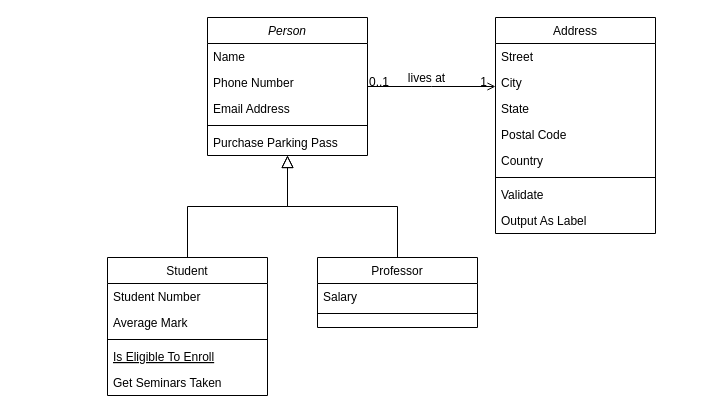
The draw.io diagram Untitled Diagram.drawio in ragarsa/Data_Base, before the edit. Source tidied: cells renumbered, new cells numbered last; positions are measured from the earlier drawing's top-left corner, leaving out a move shared by most shapes. Both pictures are drawn from the tidied source at 100%, with x=0, y=0 at pixel (107, 17).
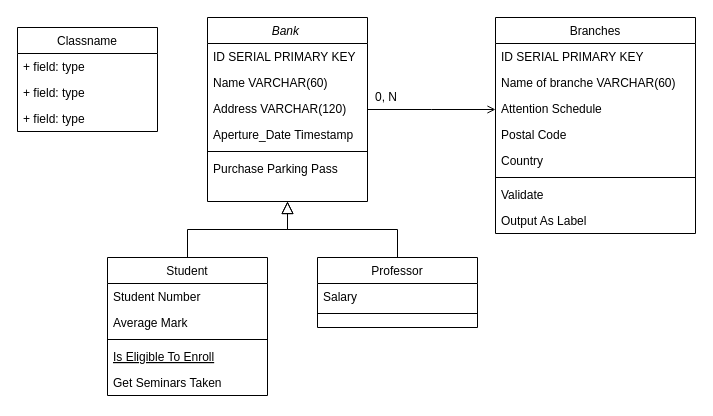
The same page after the edit.

The change refers to these unchanged cells:
```xml
<mxCell id="28" style="endArrow=open;shadow=0;strokeWidth=1;rounded=0;endFill=1;edgeStyle=elbowEdgeStyle;elbow=vertical;" parent="1" edge="1" source="2" target="19">
  <mxGeometry x="0.5" y="41" relative="1" as="geometry">
    <mxPoint x="-40" y="32" as="offset" />
  </mxGeometry>
</mxCell>
```

What changed in the source:
```diff
@@
-    <mxCell id="2" value="Person" style="swimlane;fontStyle=2;align=center;verticalAlign=top;horizontal=1;startSize=26;rounded=0;shadow=0;strokeWidth=1;" parent="1" vertex="1">
-      <mxGeometry x="100" width="160" height="138" as="geometry" />
+    <mxCell id="2" value="Bank " style="swimlane;fontStyle=2;align=center;verticalAlign=top;horizontal=1;startSize=26;rounded=0;shadow=0;strokeWidth=1;" parent="1" vertex="1">
+      <mxGeometry x="100" width="160" height="184" as="geometry" />
     </mxCell>
+    <mxCell id="32" value="ID SERIAL PRIMARY KEY" style="text;align=left;verticalAlign=top;spacingLeft=4;spacingRight=4;overflow=hidden;" parent="2" vertex="1">
+      <mxGeometry y="26" width="160" height="26" as="geometry" />
+    </mxCell>
+    <mxCell id="4" value="Name VARCHAR(60) " style="text;align=left;verticalAlign=top;spacingLeft=4;spacingRight=4;overflow=hidden;rounded=0;shadow=0;html=0;" parent="2" vertex="1">
+      <mxGeometry y="52" width="160" height="26" as="geometry" />
+    </mxCell>
-    <mxCell id="3" value="Name" style="text;align=left;verticalAlign=top;spacingLeft=4;spacingRight=4;overflow=hidden;" parent="2" vertex="1">
-      <mxGeometry y="26" width="160" height="26" as="geometry" />
+    <mxCell id="3" value="Address VARCHAR(120)" style="text;align=left;verticalAlign=top;spacingLeft=4;spacingRight=4;overflow=hidden;" parent="2" vertex="1">
+      <mxGeometry y="78" width="160" height="26" as="geometry" />
     </mxCell>
-    <mxCell id="4" value="Phone Number" style="text;align=left;verticalAlign=top;spacingLeft=4;spacingRight=4;overflow=hidden;rounded=0;shadow=0;html=0;" parent="2" vertex="1">
-      <mxGeometry y="52" width="160" height="26" as="geometry" />
-    </mxCell>
-    <mxCell id="5" value="Email Address" style="text;align=left;verticalAlign=top;spacingLeft=4;spacingRight=4;overflow=hidden;rounded=0;shadow=0;html=0;" parent="2" vertex="1">
-      <mxGeometry y="78" width="160" height="26" as="geometry" />
+    <mxCell id="5" value="Aperture_Date Timestamp" style="text;align=left;verticalAlign=top;spacingLeft=4;spacingRight=4;overflow=hidden;rounded=0;shadow=0;html=0;" parent="2" vertex="1">
+      <mxGeometry y="104" width="160" height="26" as="geometry" />
     </mxCell>
     <mxCell id="6" style="line;html=1;strokeWidth=1;align=left;verticalAlign=middle;spacingTop=-1;spacingLeft=3;spacingRight=3;labelPosition=right;" parent="2" vertex="1">
-      <mxGeometry y="104" width="160" height="8" as="geometry" />
+      <mxGeometry y="130" width="160" height="8" as="geometry" />
     </mxCell>
     <mxCell id="7" value="Purchase Parking Pass" style="text;align=left;verticalAlign=top;spacingLeft=4;spacingRight=4;overflow=hidden;" parent="2" vertex="1">
-      <mxGeometry y="112" width="160" height="26" as="geometry" />
+      <mxGeometry y="138" width="160" height="26" as="geometry" />
     </mxCell>
@@
-    <mxCell id="19" value="Address" style="swimlane;fontStyle=0;align=center;verticalAlign=top;horizontal=1;startSize=26;rounded=0;shadow=0;strokeWidth=1;" parent="1" vertex="1">
-      <mxGeometry x="388" width="160" height="216" as="geometry" />
+    <mxCell id="19" value="Branches" style="swimlane;fontStyle=0;align=center;verticalAlign=top;horizontal=1;startSize=26;rounded=0;shadow=0;strokeWidth=1;" parent="1" vertex="1">
+      <mxGeometry x="388" width="200" height="216" as="geometry" />
     </mxCell>
-    <mxCell id="20" value="Street" style="text;align=left;verticalAlign=top;spacingLeft=4;spacingRight=4;overflow=hidden;" parent="19" vertex="1">
-      <mxGeometry y="26" width="160" height="26" as="geometry" />
+    <mxCell id="20" value="ID SERIAL PRIMARY KEY" style="text;align=left;verticalAlign=top;spacingLeft=4;spacingRight=4;overflow=hidden;" parent="19" vertex="1">
+      <mxGeometry y="26" width="200" height="26" as="geometry" />
     </mxCell>
-    <mxCell id="21" value="City" style="text;align=left;verticalAlign=top;spacingLeft=4;spacingRight=4;overflow=hidden;rounded=0;shadow=0;html=0;" parent="19" vertex="1">
-      <mxGeometry y="52" width="160" height="26" as="geometry" />
+    <mxCell id="21" value="Name of branche VARCHAR(60)" style="text;align=left;verticalAlign=top;spacingLeft=4;spacingRight=4;overflow=hidden;rounded=0;shadow=0;html=0;" parent="19" vertex="1">
+      <mxGeometry y="52" width="200" height="26" as="geometry" />
     </mxCell>
-    <mxCell id="22" value="State" style="text;align=left;verticalAlign=top;spacingLeft=4;spacingRight=4;overflow=hidden;rounded=0;shadow=0;html=0;" parent="19" vertex="1">
-      <mxGeometry y="78" width="160" height="26" as="geometry" />
+    <mxCell id="22" value="Attention Schedule " style="text;align=left;verticalAlign=top;spacingLeft=4;spacingRight=4;overflow=hidden;rounded=0;shadow=0;html=0;" parent="19" vertex="1">
+      <mxGeometry y="78" width="200" height="26" as="geometry" />
     </mxCell>
     <mxCell id="23" value="Postal Code" style="text;align=left;verticalAlign=top;spacingLeft=4;spacingRight=4;overflow=hidden;rounded=0;shadow=0;html=0;" parent="19" vertex="1">
-      <mxGeometry y="104" width="160" height="26" as="geometry" />
+      <mxGeometry y="104" width="200" height="26" as="geometry" />
     </mxCell>
     <mxCell id="24" value="Country" style="text;align=left;verticalAlign=top;spacingLeft=4;spacingRight=4;overflow=hidden;rounded=0;shadow=0;html=0;" parent="19" vertex="1">
-      <mxGeometry y="130" width="160" height="26" as="geometry" />
+      <mxGeometry y="130" width="200" height="26" as="geometry" />
     </mxCell>
     <mxCell id="25" style="line;html=1;strokeWidth=1;align=left;verticalAlign=middle;spacingTop=-1;spacingLeft=3;spacingRight=3;labelPosition=right;" parent="19" vertex="1">
-      <mxGeometry y="156" width="160" height="8" as="geometry" />
+      <mxGeometry y="156" width="200" height="8" as="geometry" />
     </mxCell>
     <mxCell id="26" value="Validate" style="text;align=left;verticalAlign=top;spacingLeft=4;spacingRight=4;overflow=hidden;" parent="19" vertex="1">
-      <mxGeometry y="164" width="160" height="26" as="geometry" />
+      <mxGeometry y="164" width="200" height="26" as="geometry" />
     </mxCell>
     <mxCell id="27" value="Output As Label" style="text;align=left;verticalAlign=top;spacingLeft=4;spacingRight=4;overflow=hidden;" parent="19" vertex="1">
-      <mxGeometry y="190" width="160" height="26" as="geometry" />
+      <mxGeometry y="190" width="200" height="26" as="geometry" />
     </mxCell>
@@
-    <mxCell id="29" value="0..1" style="align=left;verticalAlign=bottom;labelBackgroundColor=none;fontSize=12;" parent="28" vertex="1">
-      <mxGeometry x="-1" relative="1" as="geometry">
-        <mxPoint y="4" as="offset" />
-      </mxGeometry>
-    </mxCell>
-    <mxCell id="30" value="1" style="align=right;verticalAlign=bottom;labelBackgroundColor=none;fontSize=12;" parent="28" vertex="1">
-      <mxGeometry x="1" relative="1" as="geometry">
-        <mxPoint x="-7" y="4" as="offset" />
-      </mxGeometry>
-    </mxCell>
-    <mxCell id="31" value="lives at" style="text;html=1;align=center;verticalAlign=middle;labelBackgroundColor=none;rounded=0;shadow=0;strokeWidth=1;fontSize=12;" parent="28" vertex="1">
-      <mxGeometry x="0.5" y="49" relative="1" as="geometry">
-        <mxPoint x="-38" y="40" as="offset" />
-      </mxGeometry>
-    </mxCell>
+    <mxCell id="33" value="Classname" style="swimlane;fontStyle=0;horizontal=1;startSize=26;fillColor=none;" parent="1" vertex="1">
+      <mxGeometry x="-90" y="10" width="140" height="104" as="geometry" />
+    </mxCell>
+    <mxCell id="34" value="+ field: type" style="text;strokeColor=none;fillColor=none;align=left;verticalAlign=top;spacingLeft=4;spacingRight=4;overflow=hidden;" parent="33" vertex="1">
+      <mxGeometry y="26" width="140" height="26" as="geometry" />
+    </mxCell>
+    <mxCell id="35" value="+ field: type" style="text;strokeColor=none;fillColor=none;align=left;verticalAlign=top;spacingLeft=4;spacingRight=4;overflow=hidden;" parent="33" vertex="1">
+      <mxGeometry y="52" width="140" height="26" as="geometry" />
+    </mxCell>
+    <mxCell id="36" value="+ field: type" style="text;strokeColor=none;fillColor=none;align=left;verticalAlign=top;spacingLeft=4;spacingRight=4;overflow=hidden;" parent="33" vertex="1">
+      <mxGeometry y="78" width="140" height="26" as="geometry" />
+    </mxCell>
+    <mxCell id="37" value="0, N" style="text;html=1;strokeColor=none;fillColor=none;align=center;verticalAlign=middle;whiteSpace=wrap;rounded=0;" parent="1" vertex="1">
+      <mxGeometry x="259" y="70" width="40" height="20" as="geometry" />
+    </mxCell>
```
